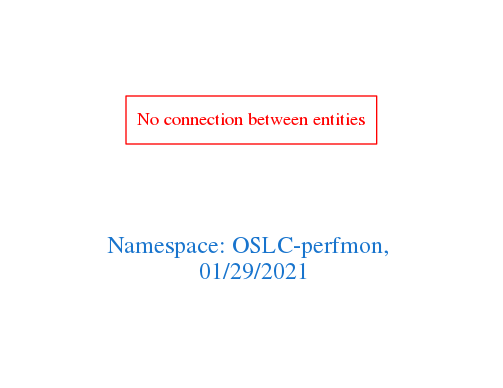
This is downloads/OSLC-perfmon.png from arago/OGIT, a Graphviz export, as it was before one commit. Its source is kept beside it as downloads/OSLC-perfmon.dot.
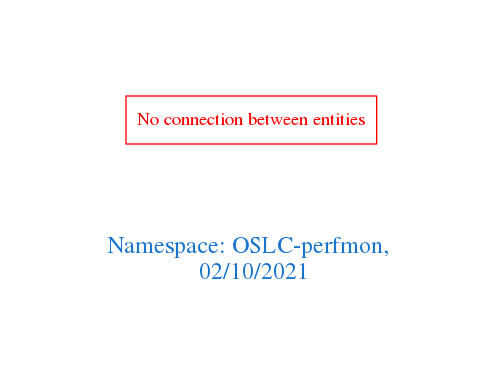
After the change.

Diff of the diagram source:
```diff
@@ -1,7 +1,7 @@
 digraph OGIT_ontology {
  graph [ rankdir= LR,pad=1
 fontsize = 18,
-fontcolor= dodgerblue3,label = "\n\n\nNamespace: OSLC-perfmon, \n 01/29/2021"];
+fontcolor= dodgerblue3,label = "\n\n\nNamespace: OSLC-perfmon, \n 02/10/2021"];
 node[shape=polygon];
 edge [  color="gray81"];
 
```
